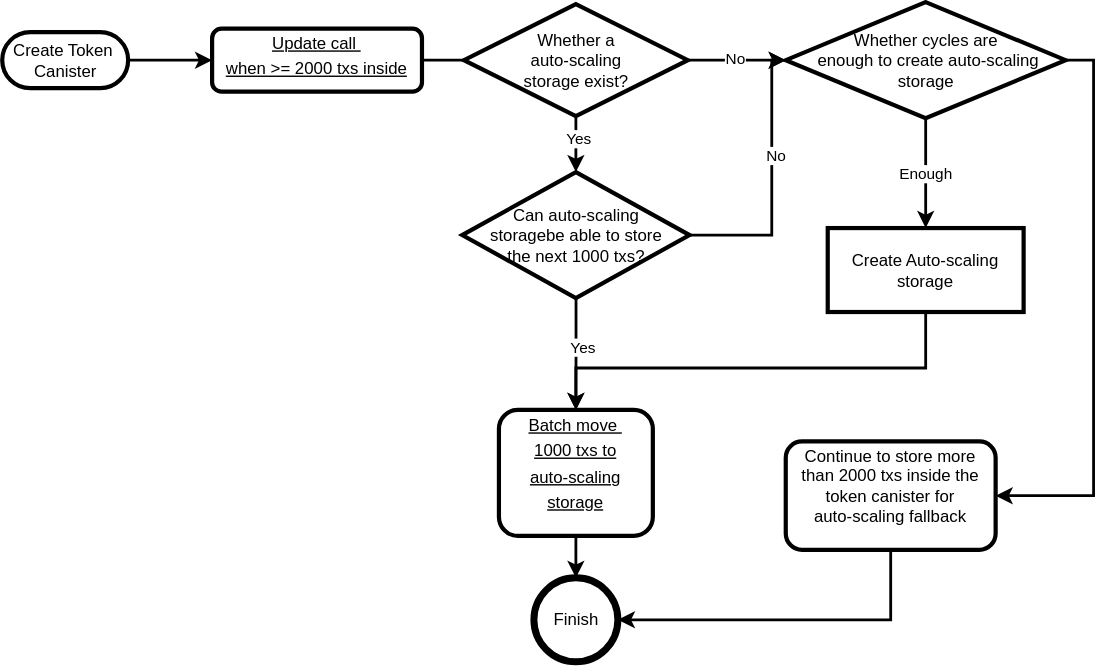
Above: static/img/AutoScalingStorage.svg in Deland-Labs/DFT-Standard-Tutorial (draw.io), before the change. Source tidied: cells renumbered, new cells last; positions are measured from the earlier drawing's top-left corner, leaving out a move shared by most shapes.
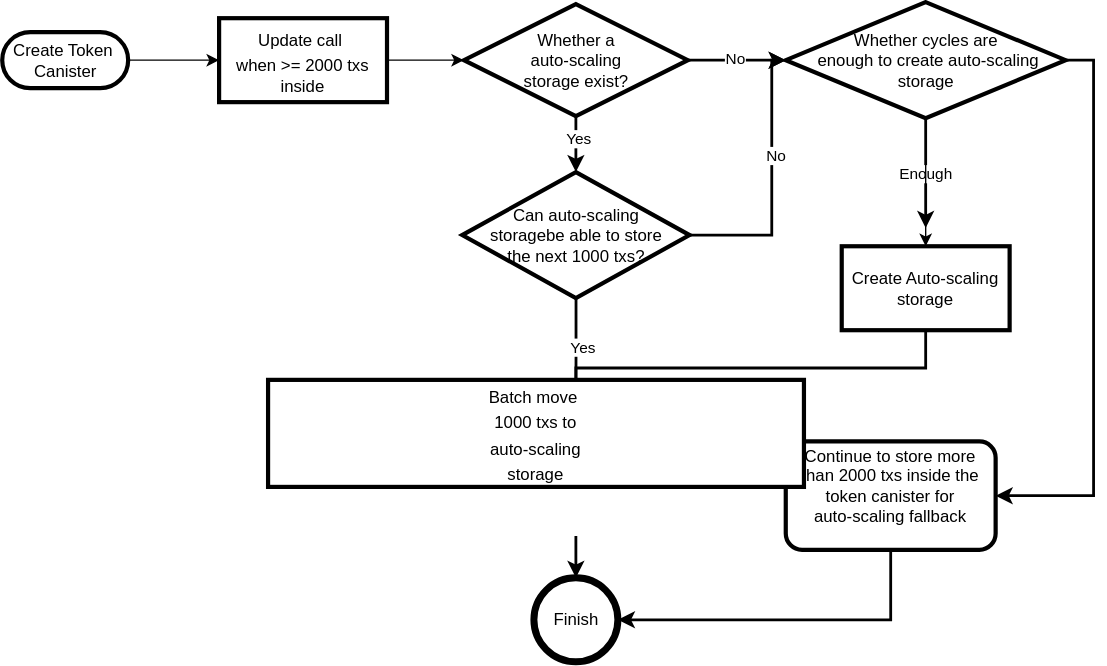
Above is the later version.

What changed in the source:
```diff
@@ -2,17 +2,14 @@
   <root>
     <mxCell id="0" />
     <mxCell id="1" parent="0" />
-    <mxCell id="2" value="&lt;p style=&quot;margin: 0px ; margin-top: 4px ; text-align: center ; text-decoration: underline&quot;&gt;Update call&amp;nbsp;&lt;/p&gt;&lt;p style=&quot;margin: 0px ; margin-top: 4px ; text-align: center ; text-decoration: underline&quot;&gt;when &amp;gt;= 2000 txs inside&lt;br&gt;&lt;br&gt;&lt;/p&gt;" style="verticalAlign=middle;align=center;overflow=fill;fontSize=12;fontFamily=Helvetica;html=1;rounded=1;fontStyle=0;strokeWidth=3;fillColor=none;" parent="1" vertex="1">
-      <mxGeometry x="150" y="19" width="150" height="45" as="geometry" />
-    </mxCell>
-    <mxCell id="3" style="edgeStyle=orthogonalEdgeStyle;rounded=0;jettySize=auto;html=1;strokeWidth=2;" parent="1" edge="1" source="4" target="24">
-      <mxGeometry relative="1" as="geometry" />
+    <mxCell id="3" style="edgeStyle=orthogonalEdgeStyle;rounded=0;jettySize=auto;html=1;strokeWidth=2;" parent="1" edge="1" target="24">
+      <mxGeometry relative="1" as="geometry">
+        <mxPoint x="410" y="381.5" as="sourcePoint" />
+      </mxGeometry>
     </mxCell>
-    <mxCell id="4" value="&lt;p style=&quot;margin: 0px ; margin-top: 4px ; text-align: center ; text-decoration: underline&quot;&gt;Batch move&amp;nbsp;&lt;/p&gt;&lt;p style=&quot;margin: 0px ; margin-top: 4px ; text-align: center ; text-decoration: underline&quot;&gt;1000 txs to&lt;/p&gt;&lt;p style=&quot;margin: 0px ; margin-top: 4px ; text-align: center ; text-decoration: underline&quot;&gt;auto-scaling&lt;/p&gt;&lt;p style=&quot;margin: 0px ; margin-top: 4px ; text-align: center ; text-decoration: underline&quot;&gt;storage&lt;/p&gt;" style="verticalAlign=middle;align=center;overflow=fill;fontSize=12;fontFamily=Helvetica;html=1;rounded=1;fontStyle=0;strokeWidth=3;fillColor=none;" parent="1" vertex="1">
-      <mxGeometry x="355" y="291.5" width="110" height="90" as="geometry" />
-    </mxCell>
-    <mxCell id="5" style="edgeStyle=orthogonalEdgeStyle;rounded=0;jettySize=auto;html=1;strokeWidth=2;exitX=0.5;exitY=1;exitDx=0;exitDy=0;" parent="1" edge="1" source="6">
+    <mxCell id="5" style="edgeStyle=orthogonalEdgeStyle;rounded=0;orthogonalLoop=1;jettySize=auto;html=1;strokeWidth=2;exitX=0.5;exitY=1;exitDx=0;exitDy=0;" parent="1" edge="1">
       <mxGeometry relative="1" as="geometry">
+        <mxPoint x="660" y="221.5" as="sourcePoint" />
         <mxPoint x="410" y="291.5" as="targetPoint" />
         <Array as="points">
           <mxPoint x="660" y="261.5" />
@@ -20,22 +17,15 @@
         </Array>
       </mxGeometry>
     </mxCell>
-    <mxCell id="6" value="Create Auto-scaling storage" style="whiteSpace=wrap;align=center;verticalAlign=middle;fontStyle=0;strokeWidth=3;fillColor=none;" parent="1" vertex="1">
-      <mxGeometry x="590" y="161.5" width="140" height="60" as="geometry" />
-    </mxCell>
     <mxCell id="7" style="edgeStyle=none;noEdgeStyle=1;strokeWidth=2;fillColor=none;entryX=0;entryY=0.5;entryDx=0;entryDy=0;exitX=1;exitY=0.5;exitDx=0;exitDy=0;startArrow=none;" parent="1" edge="1" source="16" target="13">
       <mxGeometry relative="1" as="geometry" />
     </mxCell>
     <mxCell id="8" value="No" style="edgeLabel;html=1;align=center;verticalAlign=middle;" parent="7" vertex="1">
       <mxGeometry x="-0.06" y="1" relative="1" as="geometry" />
     </mxCell>
-    <mxCell id="9" style="edgeStyle=none;noEdgeStyle=1;strokeWidth=2;fillColor=none;" parent="1" edge="1" target="2">
-      <mxGeometry relative="1" as="geometry">
-        <mxPoint x="90" y="41.5" as="sourcePoint" />
-      </mxGeometry>
-    </mxCell>
-    <mxCell id="10" style="edgeStyle=elbowEdgeStyle;elbow=horizontal;strokeWidth=2;fillColor=none;exitX=0.5;exitY=1;exitDx=0;exitDy=0;" parent="1" edge="1" source="13" target="6">
+    <mxCell id="10" style="edgeStyle=elbowEdgeStyle;elbow=horizontal;strokeWidth=2;fillColor=none;exitX=0.5;exitY=1;exitDx=0;exitDy=0;" parent="1" edge="1" source="13">
       <mxGeometry relative="1" as="geometry">
+        <mxPoint x="660" y="161.5" as="targetPoint" />
         <Array as="points">
           <mxPoint x="660" y="121.5" />
           <mxPoint x="390" y="171.5" />
@@ -49,6 +39,9 @@
     <mxCell id="12" style="edgeStyle=orthogonalEdgeStyle;rounded=0;jettySize=auto;html=1;exitX=1;exitY=0.5;exitDx=0;exitDy=0;entryX=1;entryY=0.5;entryDx=0;entryDy=0;strokeWidth=2;" parent="1" edge="1" source="13" target="26">
       <mxGeometry relative="1" as="geometry" />
     </mxCell>
+    <mxCell id="27" style="edgeStyle=none;rounded=0;html=1;" parent="1" edge="1" source="13" target="6">
+      <mxGeometry relative="1" as="geometry" />
+    </mxCell>
     <mxCell id="13" value="Whether cycles are&lt;br&gt;&amp;nbsp;enough&amp;nbsp;to create auto-scaling &lt;br&gt;storage" style="shape=rhombus;html=1;dashed=0;whitespace=wrap;perimeter=rhombusPerimeter;strokeWidth=3;" parent="1" vertex="1">
       <mxGeometry x="560" width="200" height="83" as="geometry" />
     </mxCell>
@@ -61,9 +54,6 @@
     <mxCell id="16" value="Whether&amp;nbsp;a &lt;br&gt;auto-scaling &lt;br&gt;storage&amp;nbsp;exist?" style="shape=rhombus;html=1;dashed=0;whitespace=wrap;perimeter=rhombusPerimeter;strokeWidth=3;" parent="1" vertex="1">
       <mxGeometry x="330" y="1.5" width="160" height="80" as="geometry" />
     </mxCell>
-    <mxCell id="17" style="edgeStyle=none;noEdgeStyle=1;strokeWidth=2;fillColor=none;entryX=0;entryY=0.5;entryDx=0;entryDy=0;exitX=1;exitY=0.5;exitDx=0;exitDy=0;endArrow=none;" parent="1" edge="1" source="2" target="16">
-      <mxGeometry relative="1" as="geometry" />
-    </mxCell>
     <mxCell id="18" style="edgeStyle=orthogonalEdgeStyle;rounded=0;jettySize=auto;html=1;strokeWidth=2;entryX=0;entryY=0.5;entryDx=0;entryDy=0;exitX=1;exitY=0.5;exitDx=0;exitDy=0;" parent="1" edge="1" source="22" target="13">
       <mxGeometry relative="1" as="geometry">
         <Array as="points">
@@ -75,8 +65,10 @@
     <mxCell id="19" value="No" style="edgeLabel;html=1;align=center;verticalAlign=middle;" parent="18" vertex="1">
       <mxGeometry x="0.2" y="-2" relative="1" as="geometry" />
     </mxCell>
-    <mxCell id="20" style="edgeStyle=orthogonalEdgeStyle;rounded=0;jettySize=auto;html=1;strokeWidth=2;" parent="1" edge="1" source="22" target="4">
-      <mxGeometry relative="1" as="geometry" />
+    <mxCell id="20" style="edgeStyle=orthogonalEdgeStyle;rounded=0;jettySize=auto;html=1;strokeWidth=2;" parent="1" edge="1" source="22">
+      <mxGeometry relative="1" as="geometry">
+        <mxPoint x="410" y="291.5" as="targetPoint" />
+      </mxGeometry>
     </mxCell>
     <mxCell id="21" value="Yes" style="edgeLabel;html=1;align=center;verticalAlign=middle;" parent="20" vertex="1">
       <mxGeometry x="-0.13" y="4" relative="1" as="geometry" />
@@ -84,6 +76,9 @@
     <mxCell id="22" value="Can auto-scaling &lt;br&gt;storagebe able to store &lt;br&gt;the next 1000 txs?" style="shape=rhombus;html=1;dashed=0;whitespace=wrap;perimeter=rhombusPerimeter;strokeWidth=3;" parent="1" vertex="1">
       <mxGeometry x="328.8" y="121.5" width="162.5" height="90" as="geometry" />
     </mxCell>
+    <mxCell id="28" style="edgeStyle=none;rounded=0;html=1;" parent="1" edge="1" source="23" target="2">
+      <mxGeometry relative="1" as="geometry" />
+    </mxCell>
     <mxCell id="23" value="&lt;span style=&quot;&quot;&gt;Create Token&amp;nbsp;&lt;/span&gt;&lt;br style=&quot;padding: 0px; margin: 0px;&quot;&gt;&lt;span style=&quot;&quot;&gt;Canister&lt;/span&gt;" style="html=1;dashed=0;whitespace=wrap;shape=mxgraph.dfd.start;strokeWidth=3;fontStyle=0;" parent="1" vertex="1">
       <mxGeometry y="21.5" width="90" height="40" as="geometry" />
     </mxCell>
@@ -93,8 +88,20 @@
     <mxCell id="25" style="edgeStyle=orthogonalEdgeStyle;rounded=0;jettySize=auto;html=1;strokeWidth=2;entryX=1;entryY=0.5;entryDx=0;entryDy=0;exitX=0.5;exitY=1;exitDx=0;exitDy=0;" parent="1" edge="1" source="26" target="24">
       <mxGeometry relative="1" as="geometry" />
     </mxCell>
-    <mxCell id="26" value="&lt;p style=&quot;font-family: &amp;quot;helvetica&amp;quot; ; margin: 4px 0px 0px&quot;&gt;&lt;/p&gt;&lt;font face=&quot;helvetica&quot;&gt;Continue to store more &lt;br&gt;than 2000 txs inside the &lt;br&gt;token canister for &lt;br&gt;auto-scaling fallback&lt;/font&gt;" style="verticalAlign=middle;align=center;overflow=fill;fontSize=12;fontFamily=Helvetica;html=1;rounded=1;fontStyle=0;strokeWidth=3;fillColor=none;" parent="1" vertex="1">
+    <mxCell id="26" value="&lt;p style=&quot;font-family: &amp;quot;helvetica&amp;quot; ; margin: 4px 0px 0px&quot;&gt;&lt;/p&gt;&lt;font face=&quot;helvetica&quot;&gt;Continue to store more &lt;br&gt;than 2000 txs inside the &lt;br&gt;token canister for &lt;br&gt;auto-scaling fallback&lt;/font&gt;" style="verticalAlign=middle;align=center;overflow=fill;fontSize=12;fontFamily=Helvetica;html=1;rounded=1;fontStyle=0;strokeWidth=3;fillColor=default;" parent="1" vertex="1">
       <mxGeometry x="560" y="314" width="150" height="77.5" as="geometry" />
     </mxCell>
+    <mxCell id="17" style="edgeStyle=none;rounded=0;html=1;" parent="1" edge="1" source="2" target="16">
+      <mxGeometry relative="1" as="geometry" />
+    </mxCell>
+    <mxCell id="2" value="&lt;p style=&quot;margin: 4px 0px 0px&quot;&gt;Update call&amp;nbsp;&lt;/p&gt;&lt;p style=&quot;margin: 4px 0px 0px&quot;&gt;when &amp;gt;= 2000 txs inside&lt;br&gt;&lt;/p&gt;" style="whiteSpace=wrap;html=1;dashed=0;strokeWidth=3;fontStyle=0;" parent="1" vertex="1">
+      <mxGeometry x="155" y="11.5" width="120" height="60" as="geometry" />
+    </mxCell>
+    <mxCell id="6" value="&lt;span&gt;Create Auto-scaling storage&lt;/span&gt;" style="whiteSpace=wrap;html=1;dashed=0;strokeWidth=3;" parent="1" vertex="1">
+      <mxGeometry x="600" y="174.5" width="120" height="60" as="geometry" />
+    </mxCell>
+    <mxCell id="4" value="&lt;p style=&quot;margin: 4px 0px 0px&quot;&gt;Batch move&amp;nbsp;&lt;/p&gt;&lt;p style=&quot;margin: 4px 0px 0px&quot;&gt;1000 txs to&lt;/p&gt;&lt;p style=&quot;margin: 4px 0px 0px&quot;&gt;auto-scaling&lt;/p&gt;&lt;p style=&quot;margin: 4px 0px 0px&quot;&gt;storage&lt;/p&gt;" style="whiteSpace=wrap;html=1;dashed=0;strokeWidth=3;" parent="1" vertex="1">
+      <mxGeometry x="190" y="270" width="383" height="76.5" as="geometry" />
+    </mxCell>
   </root>
 </mxGraphModel>
```
